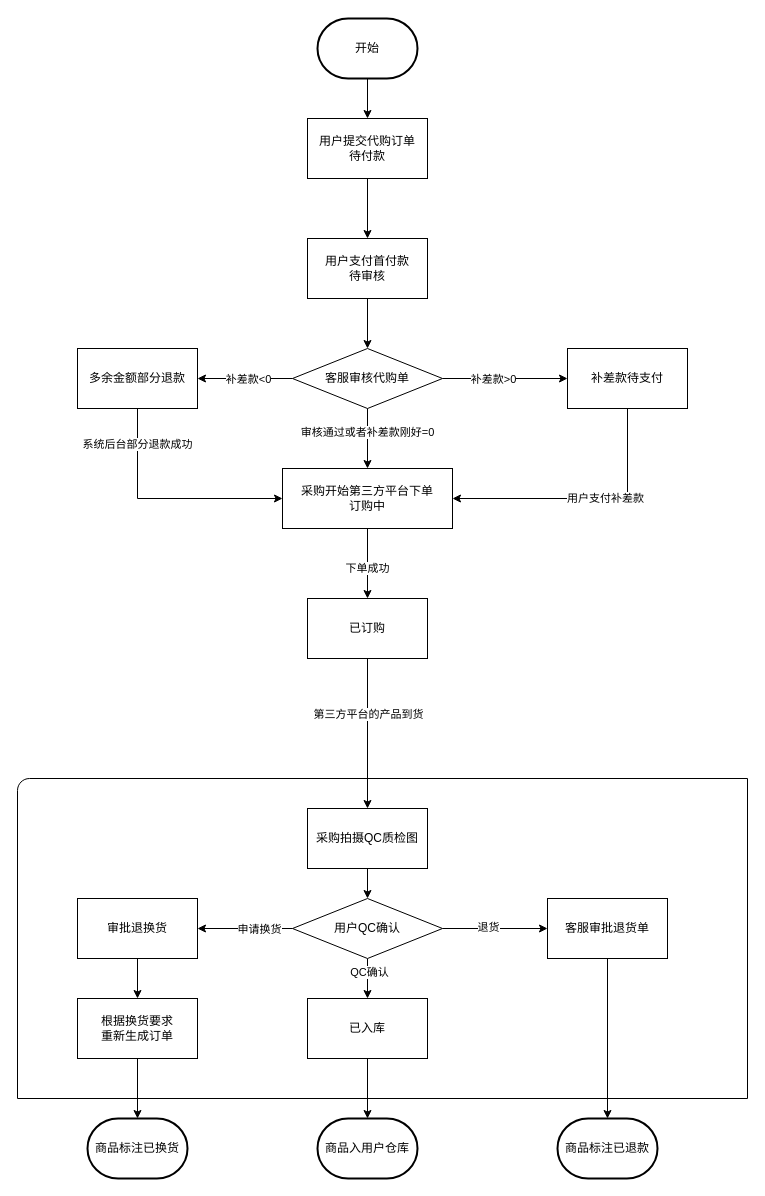
The draw.io diagram 代购流程.drawio in yangjy15033/draw.io, before the edit. Source tidied: cells renumbered, new cells numbered last; positions are measured from the earlier drawing's top-left corner, leaving out a move shared by most shapes. Both pictures are drawn from the tidied source at 100%, with x=0, y=0 at pixel (17, 18).
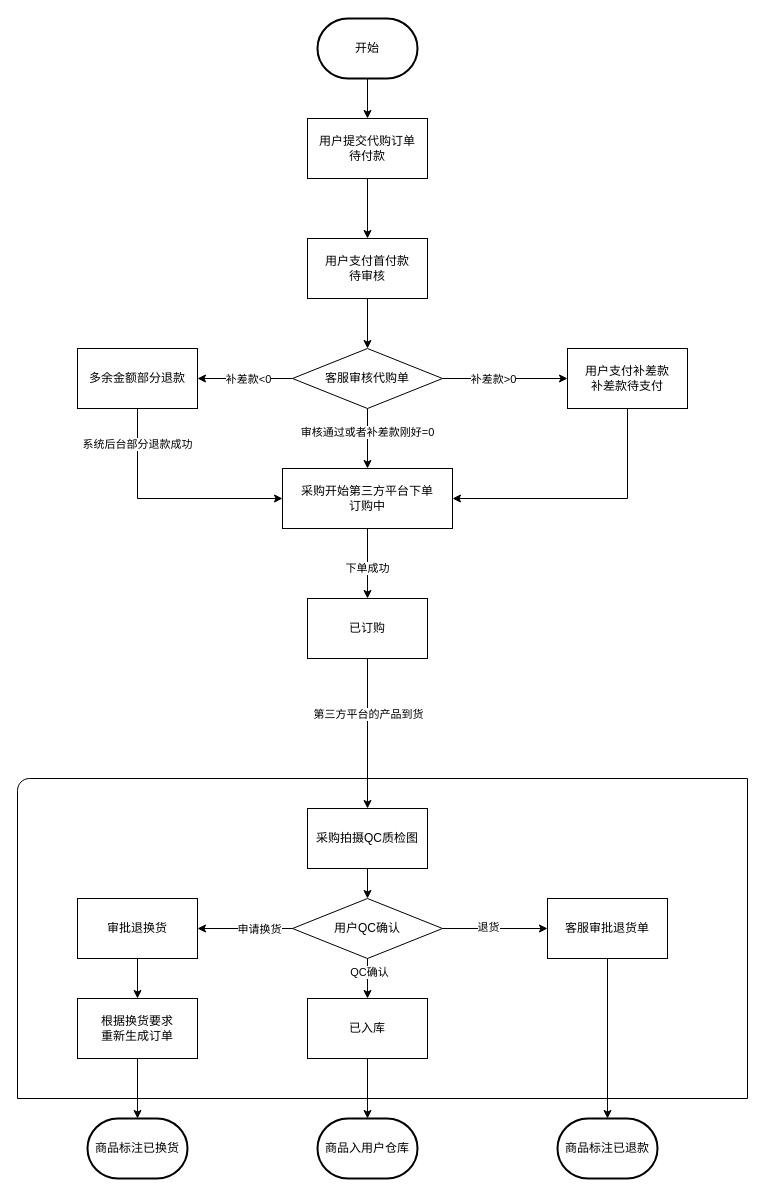
The same page after the edit.

Commit message:
更新代购流程.drawio

Unchanged cells that the change refers to:
```xml
<mxCell id="24" style="edgeStyle=orthogonalEdgeStyle;rounded=0;jettySize=auto;html=1;exitX=0.5;exitY=1;exitDx=0;exitDy=0;entryX=1;entryY=0.5;entryDx=0;entryDy=0;" parent="1" edge="1" source="26" target="10">
  <mxGeometry relative="1" as="geometry" />
</mxCell>
```

What changed in the source:
```diff
@@
-    <mxCell id="25" value="用户支付补差款" style="edgeLabel;html=1;align=center;verticalAlign=middle;" parent="24" vertex="1">
-      <mxGeometry x="-0.15" y="-1" relative="1" as="geometry" />
-    </mxCell>
-    <mxCell id="26" value="补差款待支付" style="whiteSpace=wrap;html=1;rounded=0;" parent="1" vertex="1">
+    <mxCell id="26" value="用户支付补差款&lt;br&gt;补差款待支付" style="whiteSpace=wrap;html=1;rounded=0;" parent="1" vertex="1">
       <mxGeometry x="550" y="330" width="120" height="60" as="geometry" />
     </mxCell>
```
